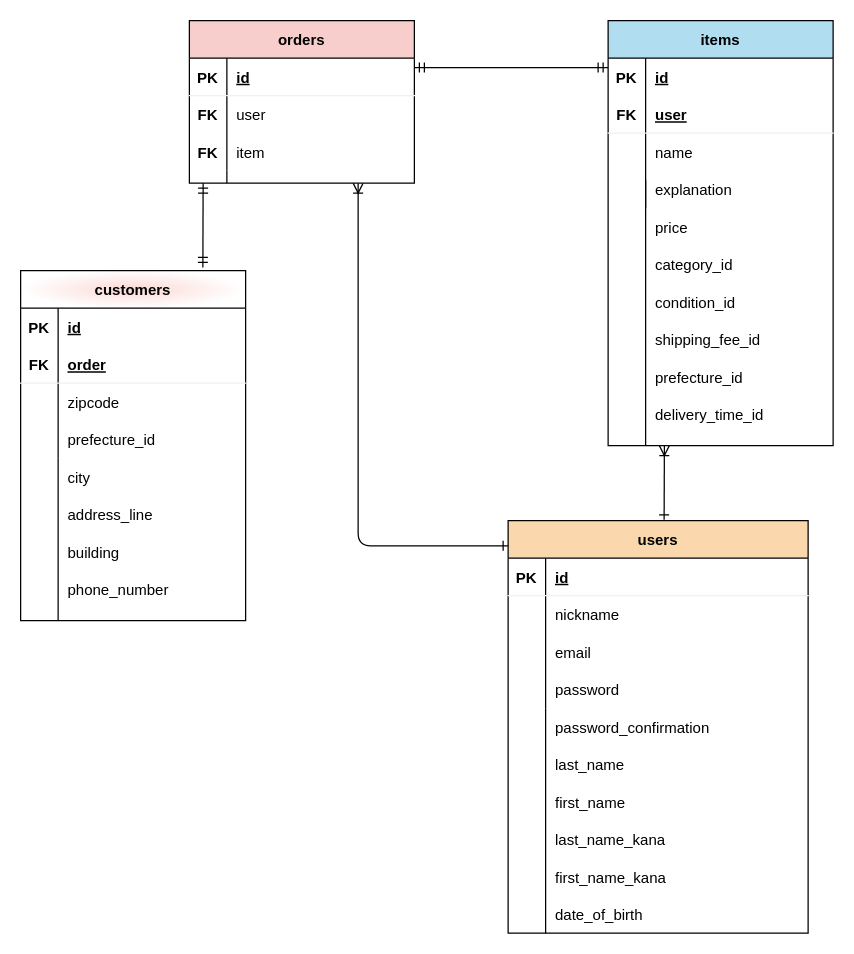
Earlier version of the draw.io diagram furima.dio (Hannah-zky/furima-38597). Source tidied: cells renumbered, new cells numbered last; positions are measured from the earlier drawing's top-left corner, leaving out a move shared by most shapes. Both pictures are drawn from the tidied source at 125%, with x=0, y=0 at pixel (20, 20).
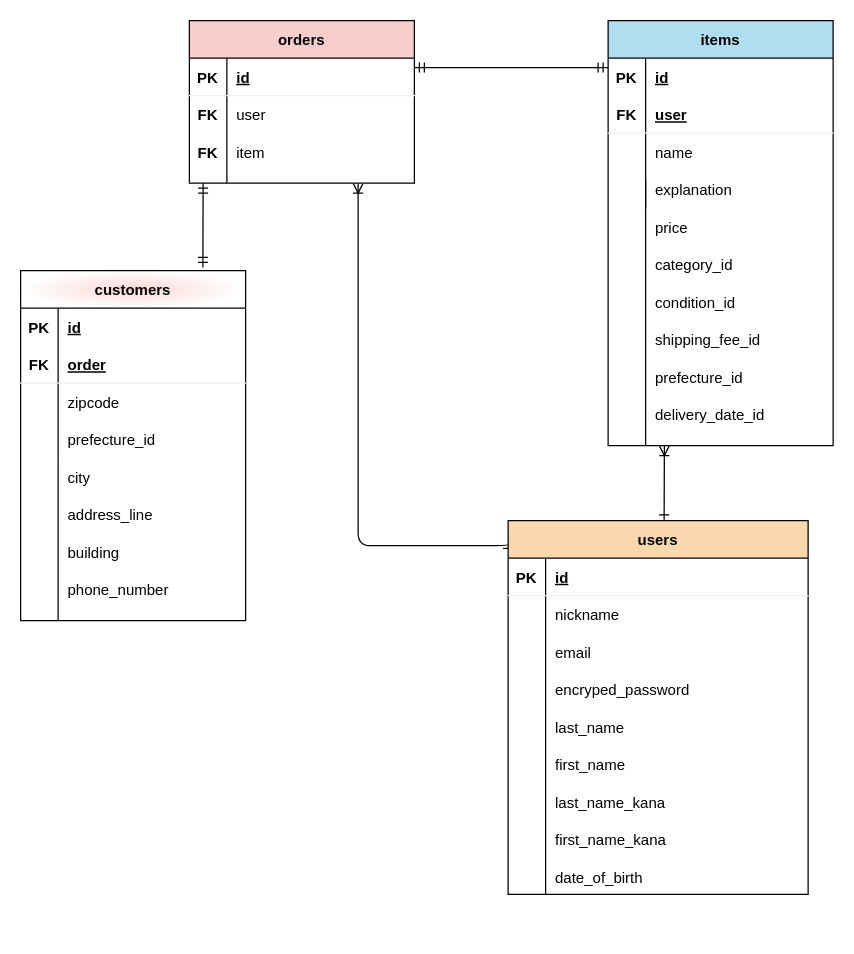
After the change.

Commit message:
ER図　カラム名の修正

The change refers to these unchanged cells:
```xml
<mxCell id="14" style="shape=partialRectangle;fillColor=none;top=0;left=0;bottom=0;right=0;strokeColor=#F0F0F0;" parent="4" vertex="1">
  <mxGeometry y="120" width="240" height="30" as="geometry" />
</mxCell>
```

What changed in the source:
```diff
@@
     <mxCell id="4" value="users" style="shape=table;startSize=30;childLayout=tableLayout;rowLines=0;fontStyle=1;align=center;strokeColor=default;fillColor=#fad7ac;swimlaneFillColor=default;" parent="1" vertex="1">
-      <mxGeometry x="390" y="400" width="240" height="330" as="geometry" />
+      <mxGeometry x="390" y="400" width="240" height="299" as="geometry" />
     </mxCell>
@@
-    <mxCell id="16" value="password" style="shape=partialRectangle;fillColor=none;top=0;left=0;bottom=0;right=0;align=left;spacingLeft=6;overflow=hidden;strokeColor=#F0F0F0;" parent="14" vertex="1">
+    <mxCell id="16" value="encryped_password" style="shape=partialRectangle;fillColor=none;top=0;left=0;bottom=0;right=0;align=left;spacingLeft=6;overflow=hidden;strokeColor=#F0F0F0;" parent="14" vertex="1">
       <mxGeometry x="30" width="210" height="30" as="geometry" />
     </mxCell>
-    <mxCell id="17" value="password_confirmation" style="shape=partialRectangle;fillColor=none;top=0;left=0;bottom=0;right=0;align=left;spacingLeft=6;overflow=hidden;strokeColor=#F0F0F0;" parent="1" vertex="1">
-      <mxGeometry x="420" y="550" width="150" height="30" as="geometry" />
-    </mxCell>
     <mxCell id="18" value="last_name" style="shape=partialRectangle;fillColor=none;top=0;left=0;bottom=0;right=0;align=left;spacingLeft=6;overflow=hidden;strokeColor=#F0F0F0;" parent="1" vertex="1">
-      <mxGeometry x="420" y="580" width="150" height="30" as="geometry" />
+      <mxGeometry x="420" y="550" width="150" height="30" as="geometry" />
     </mxCell>
     <mxCell id="19" value="first_name" style="shape=partialRectangle;fillColor=none;top=0;left=0;bottom=0;right=0;align=left;spacingLeft=6;overflow=hidden;strokeColor=#F0F0F0;" parent="1" vertex="1">
-      <mxGeometry x="420" y="610" width="150" height="30" as="geometry" />
+      <mxGeometry x="420" y="580" width="150" height="30" as="geometry" />
     </mxCell>
     <mxCell id="20" value="last_name_kana" style="shape=partialRectangle;fillColor=none;top=0;left=0;bottom=0;right=0;align=left;spacingLeft=6;overflow=hidden;strokeColor=#F0F0F0;" parent="1" vertex="1">
-      <mxGeometry x="420" y="640" width="150" height="30" as="geometry" />
+      <mxGeometry x="420" y="610" width="150" height="30" as="geometry" />
     </mxCell>
     <mxCell id="21" value="first_name_kana" style="shape=partialRectangle;fillColor=none;top=0;left=0;bottom=0;right=0;align=left;spacingLeft=6;overflow=hidden;strokeColor=#F0F0F0;" parent="1" vertex="1">
-      <mxGeometry x="420" y="670" width="150" height="30" as="geometry" />
+      <mxGeometry x="420" y="640" width="150" height="30" as="geometry" />
     </mxCell>
     <mxCell id="22" value="date_of_birth" style="shape=partialRectangle;fillColor=none;top=0;left=0;bottom=0;right=0;align=left;spacingLeft=6;overflow=hidden;strokeColor=#F0F0F0;" parent="1" vertex="1">
-      <mxGeometry x="420" y="700" width="150" height="30" as="geometry" />
+      <mxGeometry x="420" y="670" width="150" height="30" as="geometry" />
     </mxCell>
     <mxCell id="23" style="endArrow=none;html=1;rounded=0;" parent="1" edge="1">
       <mxGeometry relative="1" as="geometry">
         <mxPoint x="420" y="550" as="sourcePoint" />
-        <mxPoint x="420" y="730" as="targetPoint" />
+        <mxPoint x="420" y="699" as="targetPoint" />
       </mxGeometry>
     </mxCell>
@@
-    <mxCell id="43" value="delivery_time_id" style="shape=partialRectangle;fillColor=none;top=0;left=0;bottom=0;right=0;align=left;spacingLeft=6;overflow=hidden;strokeColor=#F0F0F0;" parent="1" vertex="1">
+    <mxCell id="43" value="delivery_date_id" style="shape=partialRectangle;fillColor=none;top=0;left=0;bottom=0;right=0;align=left;spacingLeft=6;overflow=hidden;strokeColor=#F0F0F0;" parent="1" vertex="1">
       <mxGeometry x="500" y="300" width="120" height="30" as="geometry" />
     </mxCell>
```
